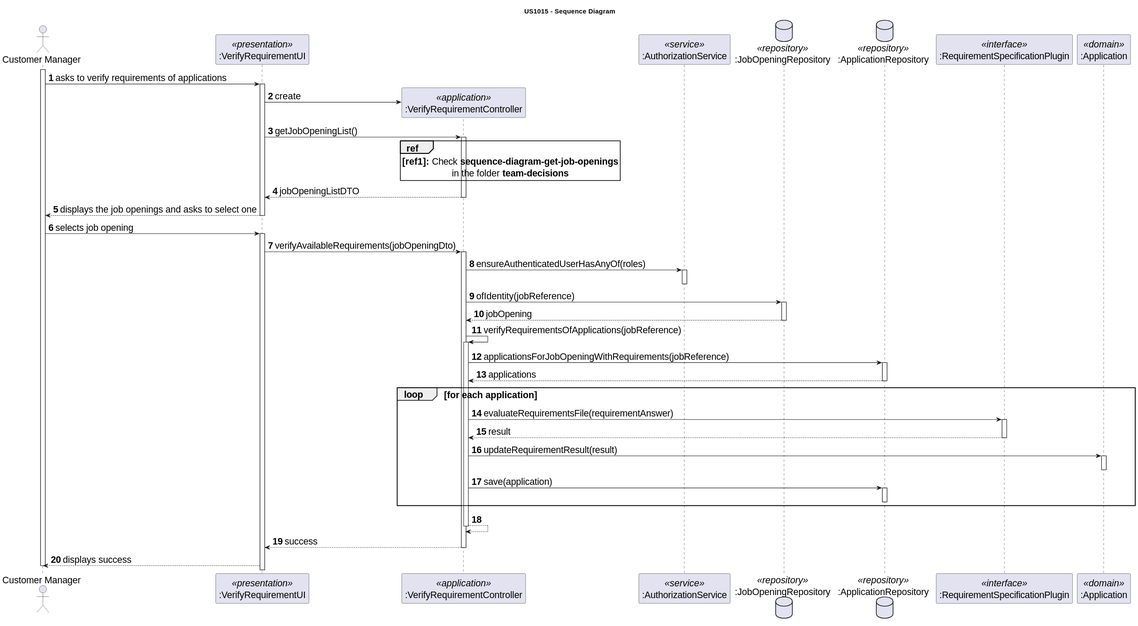
Above: docs/sprint-c/us_1015/design-diagrams/sequence-diagram.svg in rita-barbosa/LAPR4-2324 (PlantUML), before the change.
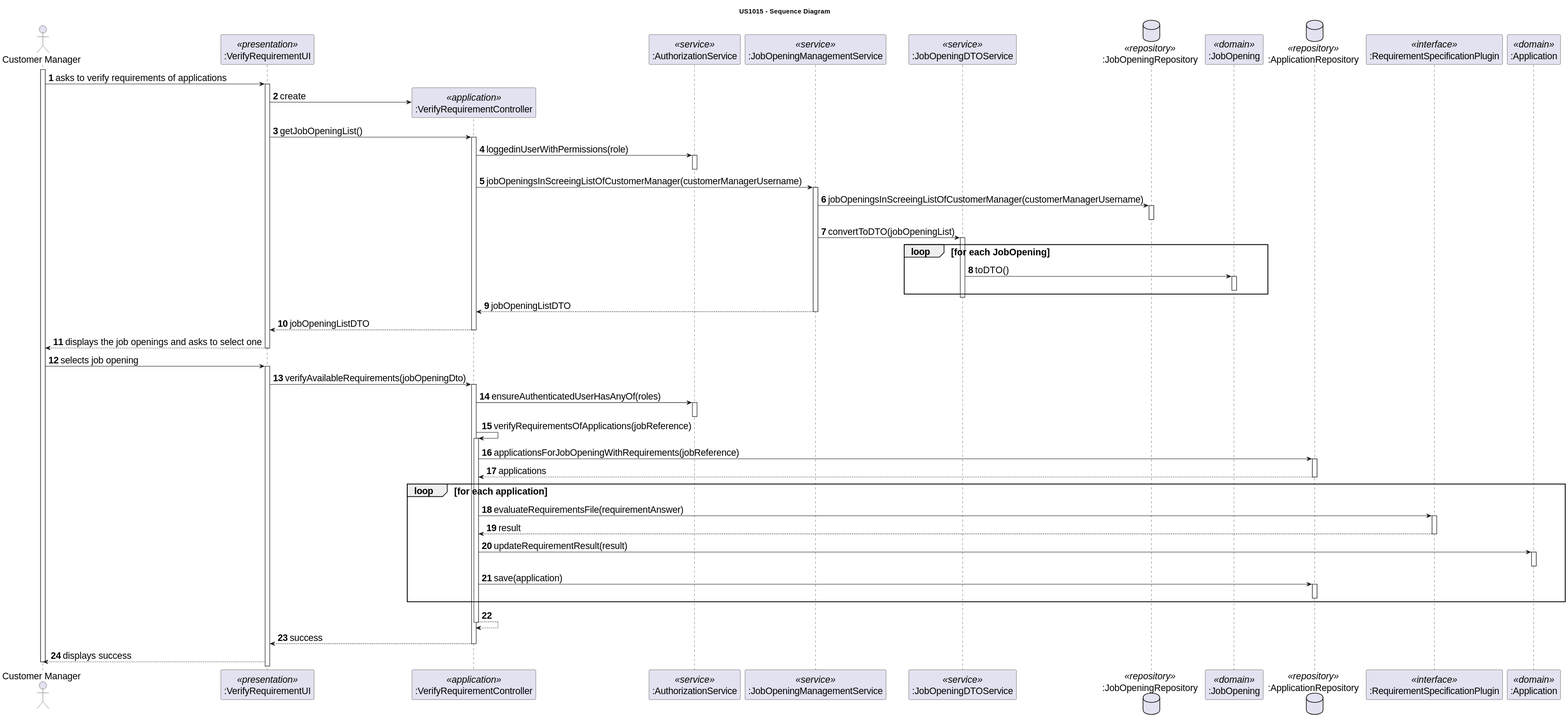
The same file after the commit.

Commit message:
docs: update sequence and class diagram of us1015 [#168]

The edit, as a diff of the source:
```diff
@@ -9,7 +9,10 @@
 participant ":VerifyRequirementUI" as UI <<presentation>>
 participant ":VerifyRequirementController" as CTRL <<application>>
 participant ":AuthorizationService" as AUTHZ <<service>>
+participant ":JobOpeningManagementService" as JOMS <<service>>
+participant ":JobOpeningDTOService" as JOS_DTO <<service>>
 database ":JobOpeningRepository" as JO_REPO <<repository>>
+participant ":JobOpening" as JO <<domain>>
 database ":ApplicationRepository" as A_REPO <<repository>>
 participant ":RequirementSpecificationPlugin" as RSP <<interface>>
 participant ":Application" as A <<domain>>
@@ -25,10 +28,29 @@
 UI -> CTRL : getJobOpeningList()
 activate CTRL
 
-ref over CTRL
-**[ref1]:** Check **sequence-diagram-get-job-openings**
-in the folder **team-decisions**
-end ref
+  CTRL -> AUTHZ : loggedinUserWithPermissions(role)
+    activate AUTHZ
+    deactivate AUTHZ
+
+CTRL -> JOMS : jobOpeningsInScreeingListOfCustomerManager(customerManagerUsername)
+activate JOMS
+
+ JOMS -> JO_REPO : jobOpeningsInScreeingListOfCustomerManager(customerManagerUsername)
+    activate JO_REPO
+    deactivate JO_REPO
+
+JOMS -> JOS_DTO : convertToDTO(jobOpeningList)
+activate JOS_DTO
+
+    loop for each JobOpening
+        JOS_DTO -> JO : toDTO()
+        activate JO
+        deactivate JO
+    end loop
+deactivate JOS_DTO
+
+JOMS --> CTRL : jobOpeningListDTO
+deactivate JOMS
 
 CTRL --> UI: jobOpeningListDTO
 deactivate CTRL
@@ -46,12 +68,6 @@
     CTRL -> AUTHZ:  ensureAuthenticatedUserHasAnyOf(roles)
     activate AUTHZ
     deactivate AUTHZ
-
-    CTRL -> JO_REPO: ofIdentity(jobReference)
-    activate JO_REPO
-
-    JO_REPO --> CTRL: jobOpening
-    deactivate JO_REPO
 
     CTRL -> CTRL : verifyRequirementsOfApplications(jobReference)
     activate CTRL
```
